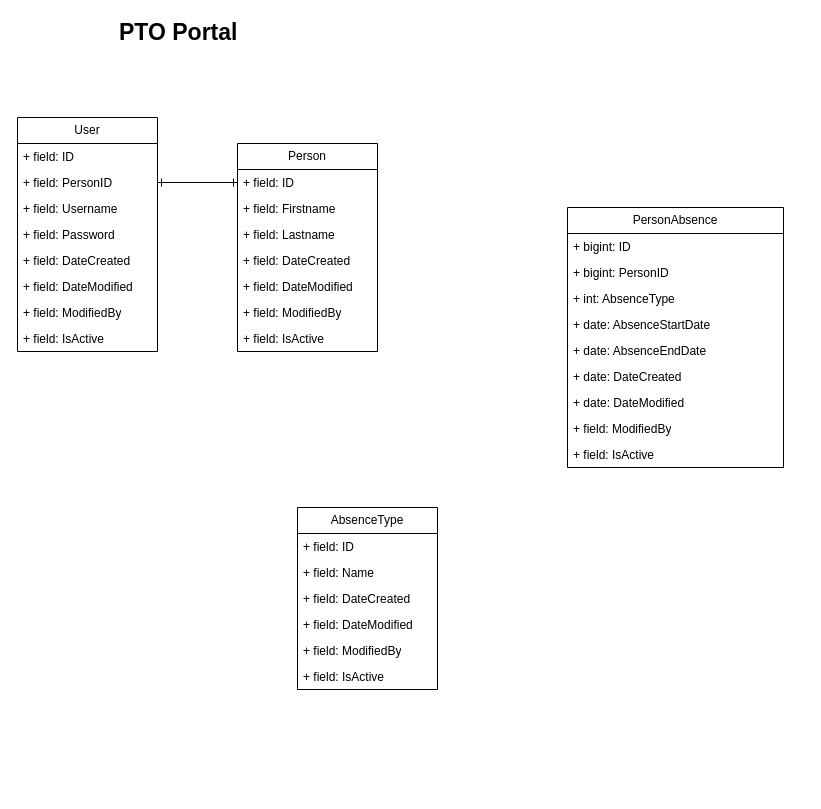
Above: PTO Portal.drawio in Github-Reneon/PTO-Portal (draw.io), before the change. Source tidied: cells renumbered, new cells numbered last; positions are measured from the earlier drawing's top-left corner, leaving out a move shared by most shapes. Both pictures are drawn from the tidied source at 100%, with x=0, y=0 at pixel (17, 17).
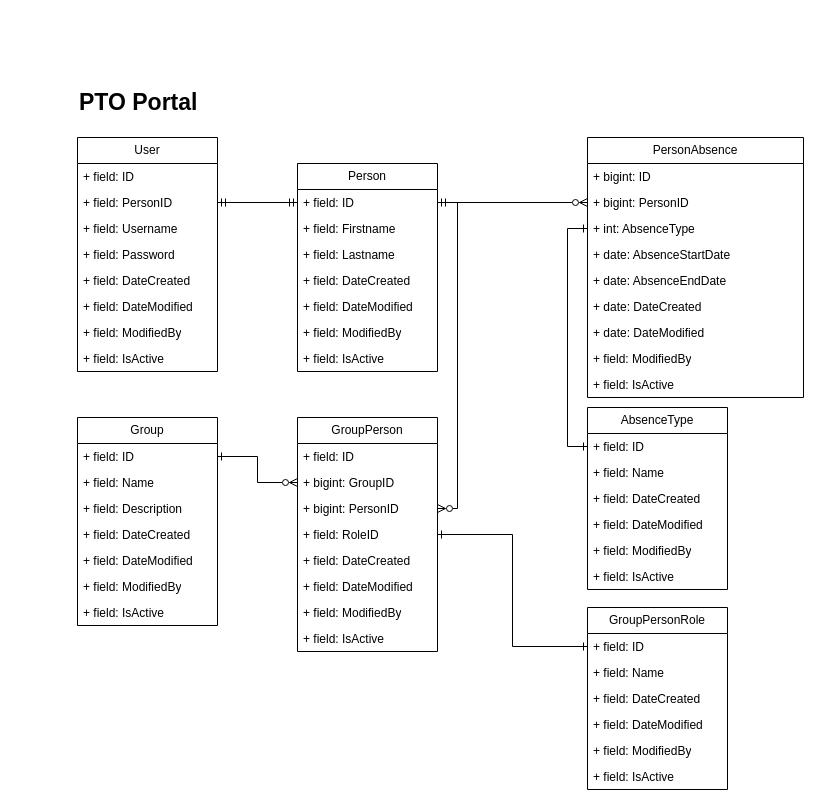
The same diagram, later.

Unchanged cells that the change refers to:
```xml
<mxCell id="3" value="+ field: ID" style="text;strokeColor=none;fillColor=none;align=left;verticalAlign=top;spacingLeft=4;spacingRight=4;overflow=hidden;points=[[0,0.5],[1,0.5]];portConstraint=eastwest;whiteSpace=wrap;html=1;" parent="2" vertex="1">
  <mxGeometry y="26" width="140" height="26" as="geometry" />
</mxCell>
<mxCell id="12" value="+ bigint: PersonID" style="text;strokeColor=none;fillColor=none;align=left;verticalAlign=top;spacingLeft=4;spacingRight=4;overflow=hidden;points=[[0,0.5],[1,0.5]];portConstraint=eastwest;whiteSpace=wrap;html=1;" parent="10" vertex="1">
  <mxGeometry y="52" width="216" height="26" as="geometry" />
</mxCell>
<mxCell id="13" value="+ int: AbsenceType" style="text;strokeColor=none;fillColor=none;align=left;verticalAlign=top;spacingLeft=4;spacingRight=4;overflow=hidden;points=[[0,0.5],[1,0.5]];portConstraint=eastwest;whiteSpace=wrap;html=1;" parent="10" vertex="1">
  <mxGeometry y="78" width="216" height="26" as="geometry" />
</mxCell>
<mxCell id="22" value="+ field: ID" style="text;strokeColor=none;fillColor=none;align=left;verticalAlign=top;spacingLeft=4;spacingRight=4;overflow=hidden;points=[[0,0.5],[1,0.5]];portConstraint=eastwest;whiteSpace=wrap;html=1;" parent="21" vertex="1">
  <mxGeometry y="26" width="140" height="26" as="geometry" />
</mxCell>
<mxCell id="30" value="+ field: PersonID" style="text;strokeColor=none;fillColor=none;align=left;verticalAlign=top;spacingLeft=4;spacingRight=4;overflow=hidden;points=[[0,0.5],[1,0.5]];portConstraint=eastwest;whiteSpace=wrap;html=1;" parent="28" vertex="1">
  <mxGeometry y="52" width="140" height="26" as="geometry" />
</mxCell>
```

Change to the diagram source:
```diff
@@
     <mxCell id="2" value="Person" style="swimlane;fontStyle=0;horizontal=1;startSize=26;fillColor=none;whiteSpace=wrap;html=1;" parent="1" vertex="1">
-      <mxGeometry x="220" y="126" width="140" height="208" as="geometry" />
+      <mxGeometry x="280" y="146" width="140" height="208" as="geometry" />
     </mxCell>
@@
     <mxCell id="10" value="PersonAbsence" style="swimlane;fontStyle=0;horizontal=1;startSize=26;fillColor=none;whiteSpace=wrap;html=1;" parent="1" vertex="1">
-      <mxGeometry x="550" y="190" width="216" height="260" as="geometry" />
+      <mxGeometry x="570" y="120" width="216" height="260" as="geometry" />
     </mxCell>
@@
     <mxCell id="20" value="PTO Portal" style="text;html=1;strokeColor=none;fillColor=none;align=left;verticalAlign=middle;whiteSpace=wrap;rounded=0;fontSize=23;fontStyle=1;" parent="1" vertex="1">
-      <mxGeometry x="100" width="180" height="30" as="geometry" />
+      <mxGeometry x="60" y="70" width="180" height="30" as="geometry" />
     </mxCell>
     <mxCell id="21" value="AbsenceType" style="swimlane;fontStyle=0;horizontal=1;startSize=26;fillColor=none;whiteSpace=wrap;html=1;" parent="1" vertex="1">
-      <mxGeometry x="280" y="490" width="140" height="182" as="geometry" />
+      <mxGeometry x="570" y="390" width="140" height="182" as="geometry" />
     </mxCell>
@@
     <mxCell id="28" value="User" style="swimlane;fontStyle=0;horizontal=1;startSize=26;fillColor=none;whiteSpace=wrap;html=1;" parent="1" vertex="1">
-      <mxGeometry y="100" width="140" height="234" as="geometry" />
+      <mxGeometry x="60" y="120" width="140" height="234" as="geometry" />
     </mxCell>
@@
-    <mxCell id="37" style="edgeStyle=orthogonalEdgeStyle;rounded=0;jettySize=auto;html=1;entryX=0;entryY=0.5;entryDx=0;entryDy=0;startArrow=ERone;startFill=0;endArrow=ERone;endFill=0;" parent="1" edge="1" source="30" target="3">
+    <mxCell id="37" style="edgeStyle=orthogonalEdgeStyle;rounded=0;jettySize=auto;html=1;entryX=0;entryY=0.5;entryDx=0;entryDy=0;startArrow=ERmandOne;startFill=0;endArrow=ERmandOne;endFill=0;" parent="1" edge="1" source="30" target="3">
       <mxGeometry relative="1" as="geometry" />
     </mxCell>
+    <mxCell id="38" style="edgeStyle=orthogonalEdgeStyle;rounded=0;jettySize=auto;html=1;exitX=1;exitY=0.5;exitDx=0;exitDy=0;endArrow=ERzeroToMany;endFill=0;startArrow=ERmandOne;startFill=0;" parent="1" edge="1" source="3" target="12">
+      <mxGeometry relative="1" as="geometry" />
+    </mxCell>
+    <mxCell id="39" style="edgeStyle=orthogonalEdgeStyle;rounded=0;jettySize=auto;html=1;entryX=0;entryY=0.5;entryDx=0;entryDy=0;startArrow=ERone;startFill=0;endArrow=ERone;endFill=0;" parent="1" edge="1" source="13" target="22">
+      <mxGeometry relative="1" as="geometry" />
+    </mxCell>
+    <mxCell id="40" value="Group" style="swimlane;fontStyle=0;horizontal=1;startSize=26;fillColor=none;whiteSpace=wrap;html=1;" parent="1" vertex="1">
+      <mxGeometry x="60" y="400" width="140" height="208" as="geometry" />
+    </mxCell>
+    <mxCell id="41" value="+ field: ID" style="text;strokeColor=none;fillColor=none;align=left;verticalAlign=top;spacingLeft=4;spacingRight=4;overflow=hidden;points=[[0,0.5],[1,0.5]];portConstraint=eastwest;whiteSpace=wrap;html=1;" parent="40" vertex="1">
+      <mxGeometry y="26" width="140" height="26" as="geometry" />
+    </mxCell>
+    <mxCell id="42" value="+ field: Name" style="text;strokeColor=none;fillColor=none;align=left;verticalAlign=top;spacingLeft=4;spacingRight=4;overflow=hidden;whiteSpace=wrap;html=1;" parent="40" vertex="1">
+      <mxGeometry y="52" width="140" height="26" as="geometry" />
+    </mxCell>
+    <mxCell id="43" value="+ field: Description" style="text;strokeColor=none;fillColor=none;align=left;verticalAlign=top;spacingLeft=4;spacingRight=4;overflow=hidden;whiteSpace=wrap;html=1;" parent="40" vertex="1">
+      <mxGeometry y="78" width="140" height="26" as="geometry" />
+    </mxCell>
+    <mxCell id="44" value="+ field: DateCreated" style="text;strokeColor=none;fillColor=none;align=left;verticalAlign=top;spacingLeft=4;spacingRight=4;overflow=hidden;whiteSpace=wrap;html=1;" parent="40" vertex="1">
+      <mxGeometry y="104" width="140" height="26" as="geometry" />
+    </mxCell>
+    <mxCell id="45" value="+ field: DateModified" style="text;strokeColor=none;fillColor=none;align=left;verticalAlign=top;spacingLeft=4;spacingRight=4;overflow=hidden;whiteSpace=wrap;html=1;" parent="40" vertex="1">
+      <mxGeometry y="130" width="140" height="26" as="geometry" />
+    </mxCell>
+    <mxCell id="46" value="+ field: ModifiedBy" style="text;strokeColor=none;fillColor=none;align=left;verticalAlign=top;spacingLeft=4;spacingRight=4;overflow=hidden;whiteSpace=wrap;html=1;" parent="40" vertex="1">
+      <mxGeometry y="156" width="140" height="26" as="geometry" />
+    </mxCell>
+    <mxCell id="47" value="+ field: IsActive" style="text;strokeColor=none;fillColor=none;align=left;verticalAlign=top;spacingLeft=4;spacingRight=4;overflow=hidden;whiteSpace=wrap;html=1;" parent="40" vertex="1">
+      <mxGeometry y="182" width="140" height="26" as="geometry" />
+    </mxCell>
+    <mxCell id="48" value="GroupPerson" style="swimlane;fontStyle=0;horizontal=1;startSize=26;fillColor=none;whiteSpace=wrap;html=1;" parent="1" vertex="1">
+      <mxGeometry x="280" y="400" width="140" height="234" as="geometry" />
+    </mxCell>
+    <mxCell id="49" value="+ field: ID" style="text;strokeColor=none;fillColor=none;align=left;verticalAlign=top;spacingLeft=4;spacingRight=4;overflow=hidden;whiteSpace=wrap;html=1;" parent="48" vertex="1">
+      <mxGeometry y="26" width="140" height="26" as="geometry" />
+    </mxCell>
+    <mxCell id="50" value="+ bigint: GroupID" style="text;strokeColor=none;fillColor=none;align=left;verticalAlign=top;spacingLeft=4;spacingRight=4;overflow=hidden;points=[[0,0.5],[1,0.5]];portConstraint=eastwest;whiteSpace=wrap;html=1;" parent="48" vertex="1">
+      <mxGeometry y="52" width="140" height="26" as="geometry" />
+    </mxCell>
+    <mxCell id="51" value="+ bigint: PersonID" style="text;strokeColor=none;fillColor=none;align=left;verticalAlign=top;spacingLeft=4;spacingRight=4;overflow=hidden;points=[[0,0.5],[1,0.5]];portConstraint=eastwest;whiteSpace=wrap;html=1;" parent="48" vertex="1">
+      <mxGeometry y="78" width="140" height="26" as="geometry" />
+    </mxCell>
+    <mxCell id="52" value="+ field: RoleID" style="text;strokeColor=none;fillColor=none;align=left;verticalAlign=top;spacingLeft=4;spacingRight=4;overflow=hidden;points=[[0,0.5],[1,0.5]];portConstraint=eastwest;whiteSpace=wrap;html=1;" parent="48" vertex="1">
+      <mxGeometry y="104" width="140" height="26" as="geometry" />
+    </mxCell>
+    <mxCell id="53" value="+ field: DateCreated" style="text;strokeColor=none;fillColor=none;align=left;verticalAlign=top;spacingLeft=4;spacingRight=4;overflow=hidden;whiteSpace=wrap;html=1;" parent="48" vertex="1">
+      <mxGeometry y="130" width="140" height="26" as="geometry" />
+    </mxCell>
+    <mxCell id="54" value="+ field: DateModified" style="text;strokeColor=none;fillColor=none;align=left;verticalAlign=top;spacingLeft=4;spacingRight=4;overflow=hidden;whiteSpace=wrap;html=1;" parent="48" vertex="1">
+      <mxGeometry y="156" width="140" height="26" as="geometry" />
+    </mxCell>
+    <mxCell id="55" value="+ field: ModifiedBy" style="text;strokeColor=none;fillColor=none;align=left;verticalAlign=top;spacingLeft=4;spacingRight=4;overflow=hidden;whiteSpace=wrap;html=1;" parent="48" vertex="1">
+      <mxGeometry y="182" width="140" height="26" as="geometry" />
+    </mxCell>
+    <mxCell id="56" value="+ field: IsActive" style="text;strokeColor=none;fillColor=none;align=left;verticalAlign=top;spacingLeft=4;spacingRight=4;overflow=hidden;whiteSpace=wrap;html=1;" parent="48" vertex="1">
+      <mxGeometry y="208" width="140" height="26" as="geometry" />
+    </mxCell>
+    <mxCell id="57" style="edgeStyle=orthogonalEdgeStyle;rounded=0;jettySize=auto;html=1;endArrow=ERone;endFill=0;startArrow=ERzeroToMany;startFill=0;" parent="1" edge="1" source="50" target="41">
+      <mxGeometry relative="1" as="geometry" />
+    </mxCell>
+    <mxCell id="58" value="GroupPersonRole" style="swimlane;fontStyle=0;horizontal=1;startSize=26;fillColor=none;whiteSpace=wrap;html=1;" parent="1" vertex="1">
+      <mxGeometry x="570" y="590" width="140" height="182" as="geometry" />
+    </mxCell>
+    <mxCell id="59" value="+ field: ID" style="text;strokeColor=none;fillColor=none;align=left;verticalAlign=top;spacingLeft=4;spacingRight=4;overflow=hidden;points=[[0,0.5],[1,0.5]];portConstraint=eastwest;whiteSpace=wrap;html=1;" parent="58" vertex="1">
+      <mxGeometry y="26" width="140" height="26" as="geometry" />
+    </mxCell>
+    <mxCell id="60" value="+ field: Name" style="text;strokeColor=none;fillColor=none;align=left;verticalAlign=top;spacingLeft=4;spacingRight=4;overflow=hidden;whiteSpace=wrap;html=1;" parent="58" vertex="1">
+      <mxGeometry y="52" width="140" height="26" as="geometry" />
+    </mxCell>
+    <mxCell id="61" value="+ field: DateCreated" style="text;strokeColor=none;fillColor=none;align=left;verticalAlign=top;spacingLeft=4;spacingRight=4;overflow=hidden;whiteSpace=wrap;html=1;" parent="58" vertex="1">
+      <mxGeometry y="78" width="140" height="26" as="geometry" />
+    </mxCell>
+    <mxCell id="62" value="+ field: DateModified" style="text;strokeColor=none;fillColor=none;align=left;verticalAlign=top;spacingLeft=4;spacingRight=4;overflow=hidden;whiteSpace=wrap;html=1;" parent="58" vertex="1">
+      <mxGeometry y="104" width="140" height="26" as="geometry" />
+    </mxCell>
+    <mxCell id="63" value="+ field: ModifiedBy" style="text;strokeColor=none;fillColor=none;align=left;verticalAlign=top;spacingLeft=4;spacingRight=4;overflow=hidden;whiteSpace=wrap;html=1;" parent="58" vertex="1">
+      <mxGeometry y="130" width="140" height="26" as="geometry" />
+    </mxCell>
+    <mxCell id="64" value="+ field: IsActive" style="text;strokeColor=none;fillColor=none;align=left;verticalAlign=top;spacingLeft=4;spacingRight=4;overflow=hidden;whiteSpace=wrap;html=1;" parent="58" vertex="1">
+      <mxGeometry y="156" width="140" height="26" as="geometry" />
+    </mxCell>
+    <mxCell id="65" style="edgeStyle=orthogonalEdgeStyle;rounded=0;jettySize=auto;html=1;startArrow=ERone;startFill=0;endArrow=ERone;endFill=0;" parent="1" edge="1" source="52" target="59">
+      <mxGeometry relative="1" as="geometry" />
+    </mxCell>
+    <mxCell id="66" style="edgeStyle=orthogonalEdgeStyle;rounded=0;jettySize=auto;html=1;exitX=1;exitY=0.5;exitDx=0;exitDy=0;entryX=1;entryY=0.5;entryDx=0;entryDy=0;startArrow=none;startFill=0;endArrow=ERzeroToMany;endFill=0;" parent="1" edge="1" source="3" target="51">
+      <mxGeometry relative="1" as="geometry" />
+    </mxCell>
```
